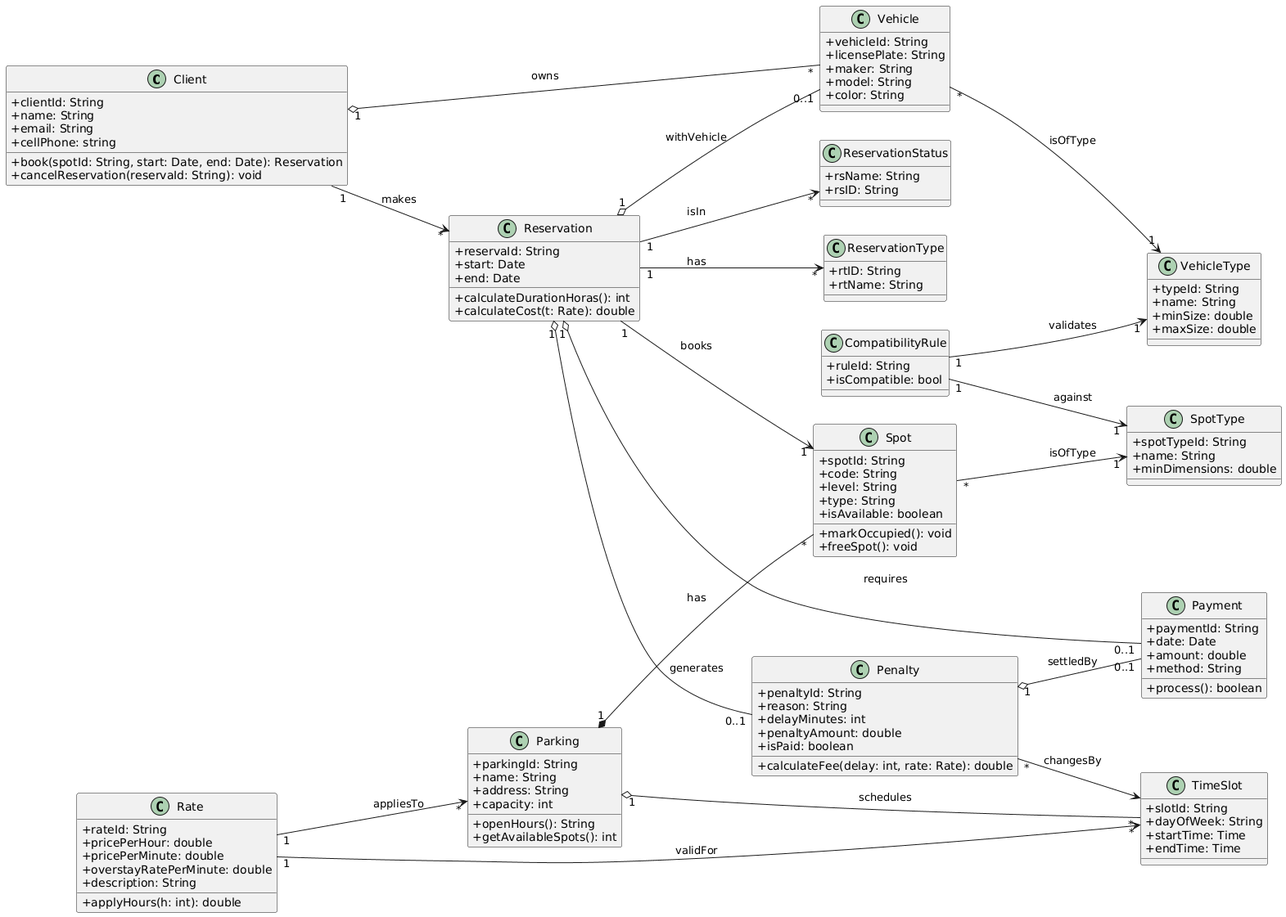
Before: DC.png, a diagram exported from PlantUML (AlejoCarobolante/sistema-de-ventas-go).
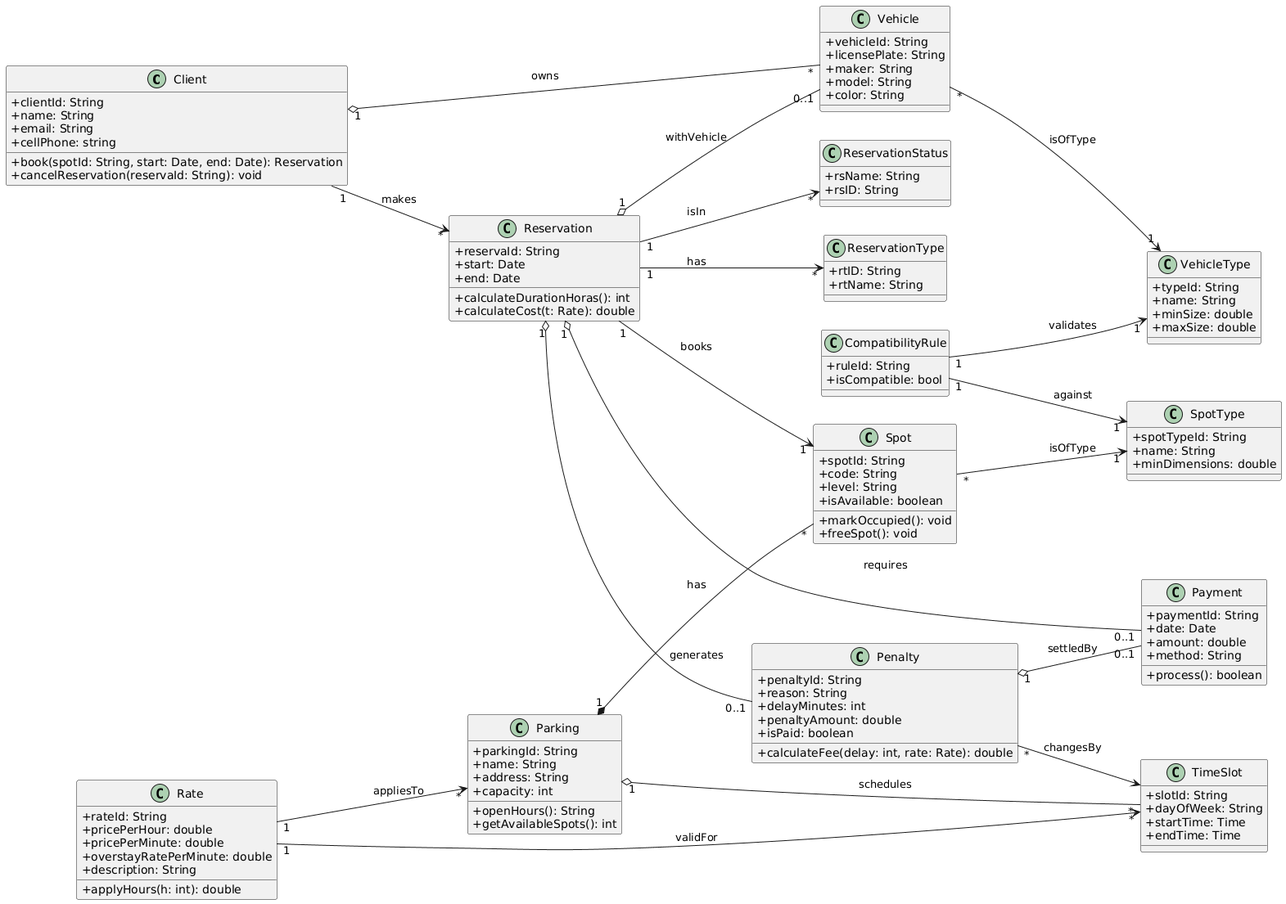
Later version of the same file.

What changed in the source:
```diff
@@ -32,7 +32,6 @@
   + spotId: String
   + code: String
   + level: String
-  + type: String
   + isAvailable: boolean
   + markOccupied(): void
   + freeSpot(): void
```
